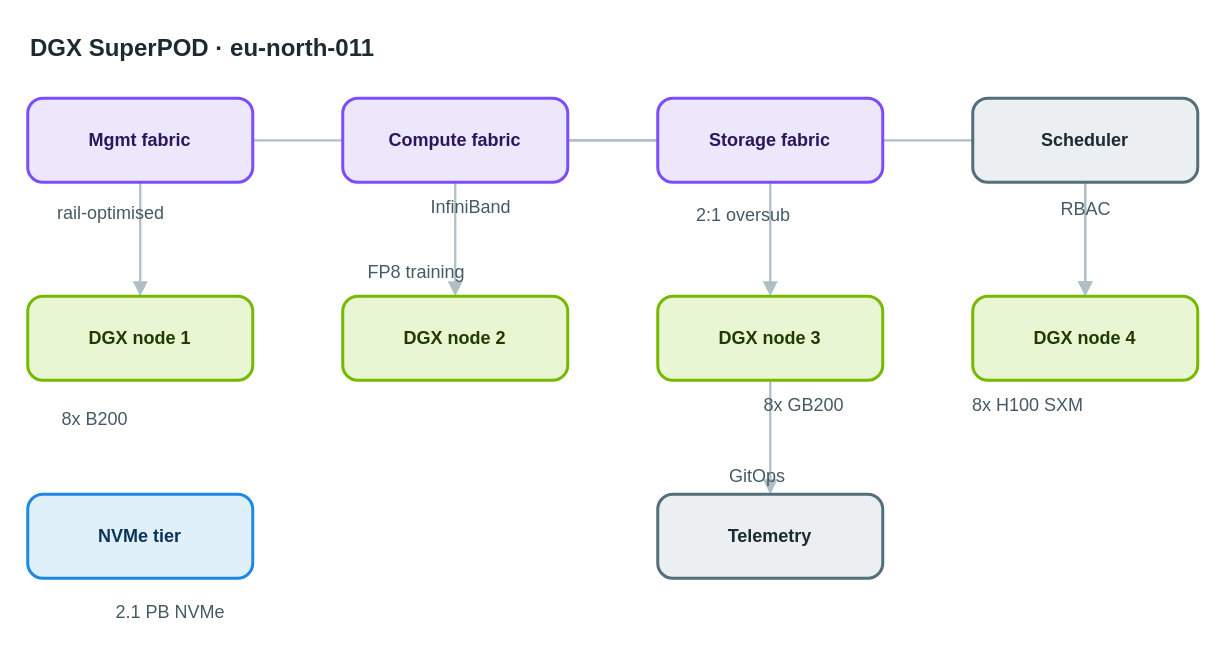
The draw.io diagram apps/web/public/samples/library/011-dgx-superpod.drawio in AryanG01/open-apprentice, before the edit. Source tidied: cells renumbered, new cells numbered last; positions are measured from the earlier drawing's top-left corner, leaving out a move shared by most shapes. Both pictures are drawn from the tidied source at 150%, with x=0, y=0 at pixel (27, 26).
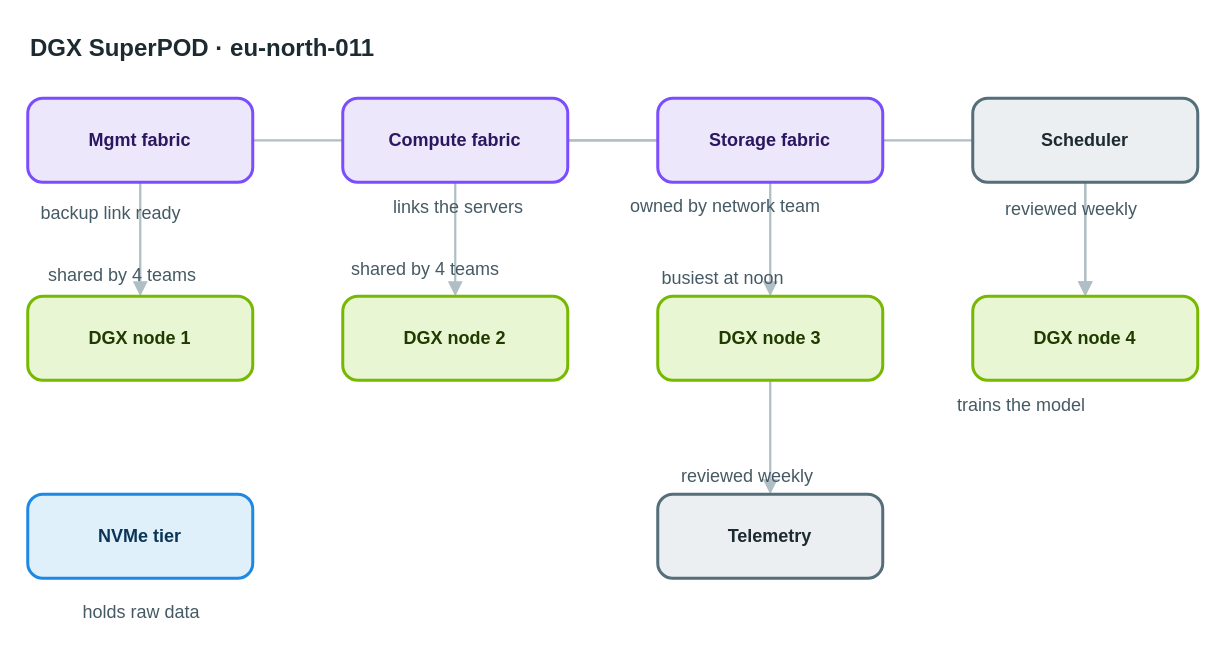
The same diagram, later.

Diff of the diagram source:
```diff
@@
-    <mxCell id="19" value="rail-optimised" style="text;html=1;align=left;verticalAlign=top;whiteSpace=nowrap;spacing=0;spacingTop=0;strokeColor=none;fillColor=none;fontSize=12;fontColor=#455a64;" parent="1" vertex="1">
-      <mxGeometry x="20" y="113" width="110" height="20" as="geometry" />
+    <mxCell id="19" value="backup link ready" style="text;html=1;align=left;verticalAlign=top;whiteSpace=nowrap;spacing=0;spacingTop=0;strokeColor=none;fillColor=none;fontSize=12;fontColor=#455a64;" parent="1" vertex="1">
+      <mxGeometry x="9" y="113" width="131" height="20" as="geometry" />
     </mxCell>
-    <mxCell id="20" value="InfiniBand" style="text;html=1;align=left;verticalAlign=top;whiteSpace=nowrap;spacing=0;spacingTop=0;strokeColor=none;fillColor=none;fontSize=12;fontColor=#455a64;" parent="1" vertex="1">
-      <mxGeometry x="269" y="109" width="82" height="20" as="geometry" />
+    <mxCell id="20" value="links the servers" style="text;html=1;align=left;verticalAlign=top;whiteSpace=nowrap;spacing=0;spacingTop=0;strokeColor=none;fillColor=none;fontSize=12;fontColor=#455a64;" parent="1" vertex="1">
+      <mxGeometry x="244" y="109" width="131" height="20" as="geometry" />
     </mxCell>
-    <mxCell id="21" value="2:1 oversub" style="text;html=1;align=left;verticalAlign=top;whiteSpace=nowrap;spacing=0;spacingTop=0;strokeColor=none;fillColor=none;fontSize=12;fontColor=#455a64;" parent="1" vertex="1">
-      <mxGeometry x="446" y="114" width="89" height="20" as="geometry" />
+    <mxCell id="21" value="owned by network team" style="text;html=1;align=left;verticalAlign=top;whiteSpace=nowrap;spacing=0;spacingTop=0;strokeColor=none;fillColor=none;fontSize=12;fontColor=#455a64;" parent="1" vertex="1">
+      <mxGeometry x="402" y="108" width="159" height="20" as="geometry" />
     </mxCell>
-    <mxCell id="22" value="8x B200" style="text;html=1;align=left;verticalAlign=top;whiteSpace=nowrap;spacing=0;spacingTop=0;strokeColor=none;fillColor=none;fontSize=12;fontColor=#455a64;" parent="1" vertex="1">
-      <mxGeometry x="23" y="250" width="61" height="20" as="geometry" />
+    <mxCell id="22" value="shared by 4 teams" style="text;html=1;align=left;verticalAlign=top;whiteSpace=nowrap;spacing=0;spacingTop=0;strokeColor=none;fillColor=none;fontSize=12;fontColor=#455a64;" parent="1" vertex="1">
+      <mxGeometry x="14" y="154" width="131" height="20" as="geometry" />
     </mxCell>
-    <mxCell id="23" value="FP8 training" style="text;html=1;align=left;verticalAlign=top;whiteSpace=nowrap;spacing=0;spacingTop=0;strokeColor=none;fillColor=none;fontSize=12;fontColor=#455a64;" parent="1" vertex="1">
-      <mxGeometry x="227" y="152" width="96" height="20" as="geometry" />
+    <mxCell id="23" value="shared by 4 teams" style="text;html=1;align=left;verticalAlign=top;whiteSpace=nowrap;spacing=0;spacingTop=0;strokeColor=none;fillColor=none;fontSize=12;fontColor=#455a64;" parent="1" vertex="1">
+      <mxGeometry x="216" y="150" width="131" height="20" as="geometry" />
     </mxCell>
-    <mxCell id="24" value="8x GB200" style="text;html=1;align=left;verticalAlign=top;whiteSpace=nowrap;spacing=0;spacingTop=0;strokeColor=none;fillColor=none;fontSize=12;fontColor=#455a64;" parent="1" vertex="1">
-      <mxGeometry x="491" y="241" width="68" height="20" as="geometry" />
+    <mxCell id="24" value="busiest at noon" style="text;html=1;align=left;verticalAlign=top;whiteSpace=nowrap;spacing=0;spacingTop=0;strokeColor=none;fillColor=none;fontSize=12;fontColor=#455a64;" parent="1" vertex="1">
+      <mxGeometry x="423" y="156" width="117" height="20" as="geometry" />
     </mxCell>
-    <mxCell id="25" value="8x H100 SXM" style="text;html=1;align=left;verticalAlign=top;whiteSpace=nowrap;spacing=0;spacingTop=0;strokeColor=none;fillColor=none;fontSize=12;fontColor=#455a64;" parent="1" vertex="1">
-      <mxGeometry x="630" y="241" width="89" height="20" as="geometry" />
+    <mxCell id="25" value="trains the model" style="text;html=1;align=left;verticalAlign=top;whiteSpace=nowrap;spacing=0;spacingTop=0;strokeColor=none;fillColor=none;fontSize=12;fontColor=#455a64;" parent="1" vertex="1">
+      <mxGeometry x="620" y="241" width="124" height="20" as="geometry" />
     </mxCell>
-    <mxCell id="26" value="2.1 PB NVMe" style="text;html=1;align=left;verticalAlign=top;whiteSpace=nowrap;spacing=0;spacingTop=0;strokeColor=none;fillColor=none;fontSize=12;fontColor=#455a64;" parent="1" vertex="1">
-      <mxGeometry x="59" y="379" width="89" height="20" as="geometry" />
+    <mxCell id="26" value="holds raw data" style="text;html=1;align=left;verticalAlign=top;whiteSpace=nowrap;spacing=0;spacingTop=0;strokeColor=none;fillColor=none;fontSize=12;fontColor=#455a64;" parent="1" vertex="1">
+      <mxGeometry x="37" y="379" width="110" height="20" as="geometry" />
     </mxCell>
-    <mxCell id="27" value="RBAC" style="text;html=1;align=left;verticalAlign=top;whiteSpace=nowrap;spacing=0;spacingTop=0;strokeColor=none;fillColor=none;fontSize=12;fontColor=#455a64;" parent="1" vertex="1">
-      <mxGeometry x="689" y="110" width="40" height="20" as="geometry" />
+    <mxCell id="27" value="reviewed weekly" style="text;html=1;align=left;verticalAlign=top;whiteSpace=nowrap;spacing=0;spacingTop=0;strokeColor=none;fillColor=none;fontSize=12;fontColor=#455a64;" parent="1" vertex="1">
+      <mxGeometry x="652" y="110" width="117" height="20" as="geometry" />
     </mxCell>
-    <mxCell id="28" value="GitOps" style="text;html=1;align=left;verticalAlign=top;whiteSpace=nowrap;spacing=0;spacingTop=0;strokeColor=none;fillColor=none;fontSize=12;fontColor=#455a64;" parent="1" vertex="1">
-      <mxGeometry x="468" y="288" width="54" height="20" as="geometry" />
+    <mxCell id="28" value="reviewed weekly" style="text;html=1;align=left;verticalAlign=top;whiteSpace=nowrap;spacing=0;spacingTop=0;strokeColor=none;fillColor=none;fontSize=12;fontColor=#455a64;" parent="1" vertex="1">
+      <mxGeometry x="436" y="288" width="117" height="20" as="geometry" />
     </mxCell>
```
